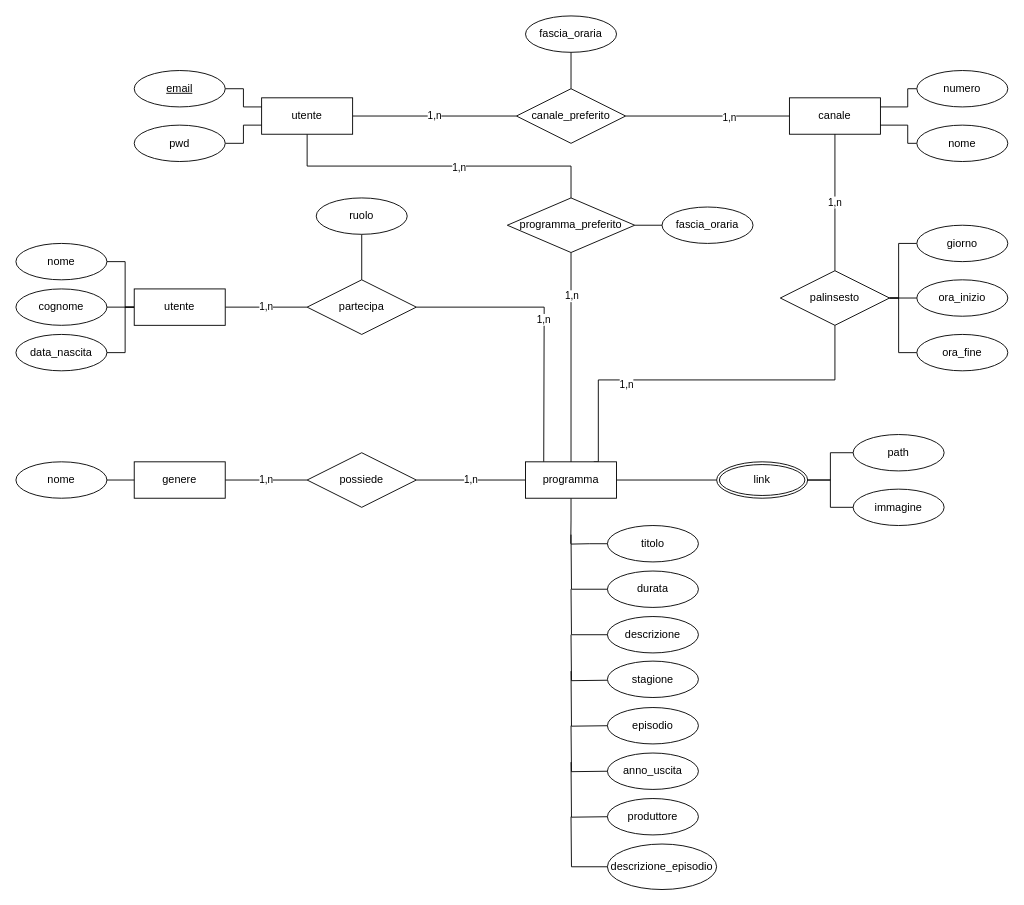
The draw.io diagram page "Normal" (1 of 2) of Doc/Er_Definitivo.drawio in Caprielos/Lbd, before the edit. Source tidied: cells renumbered, new cells numbered last; positions are measured from the earlier drawing's top-left corner, leaving out a move shared by most shapes. Both pictures are drawn from the tidied source at 91%, with x=0, y=0 at pixel (15, 15).
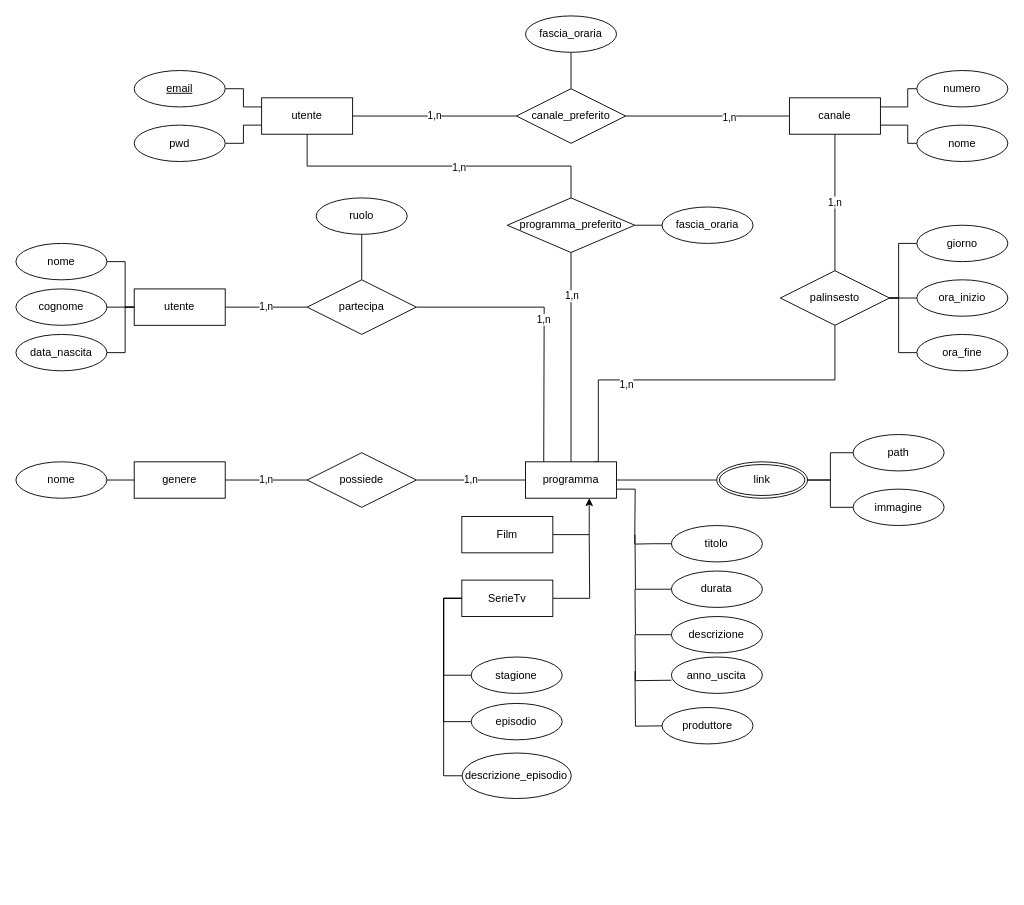
After the change.

The change refers to these unchanged cells:
```xml
<mxCell id="27" value="programma" style="whiteSpace=wrap;html=1;align=center;" parent="1" vertex="1">
  <mxGeometry x="560" y="490" width="100" height="40" as="geometry" />
</mxCell>
```

What changed in the source:
```diff
@@
     <mxCell id="13" style="edgeStyle=orthogonalEdgeStyle;rounded=0;jettySize=auto;html=1;endArrow=none;endFill=0;" parent="1" edge="1" source="14">
       <mxGeometry relative="1" as="geometry">
-        <mxPoint x="610" y="570" as="targetPoint" />
+        <mxPoint x="680.3" y="570" as="targetPoint" />
       </mxGeometry>
     </mxCell>
     <mxCell id="14" value="durata" style="ellipse;whiteSpace=wrap;html=1;align=center;" parent="1" vertex="1">
-      <mxGeometry x="650" y="610" width="100" height="40" as="geometry" />
+      <mxGeometry x="720.3" y="610" width="100" height="40" as="geometry" />
     </mxCell>
     <mxCell id="15" style="edgeStyle=orthogonalEdgeStyle;rounded=0;jettySize=auto;html=1;exitX=0;exitY=0.5;exitDx=0;exitDy=0;endArrow=none;endFill=0;" parent="1" edge="1" source="16">
       <mxGeometry relative="1" as="geometry">
-        <mxPoint x="610" y="630" as="targetPoint" />
+        <mxPoint x="680.3" y="630" as="targetPoint" />
       </mxGeometry>
     </mxCell>
     <mxCell id="16" value="descrizione" style="ellipse;whiteSpace=wrap;html=1;align=center;" parent="1" vertex="1">
-      <mxGeometry x="650" y="660" width="100" height="40" as="geometry" />
+      <mxGeometry x="720.3" y="660" width="100" height="40" as="geometry" />
     </mxCell>
@@
-    <mxCell id="23" style="edgeStyle=orthogonalEdgeStyle;rounded=0;jettySize=auto;html=1;exitX=0.5;exitY=1;exitDx=0;exitDy=0;endArrow=none;endFill=0;" parent="1" edge="1" source="27">
+    <mxCell id="23" style="edgeStyle=orthogonalEdgeStyle;rounded=0;jettySize=auto;html=1;exitX=1;exitY=0.75;exitDx=0;exitDy=0;endArrow=none;endFill=0;" parent="1" edge="1" source="27">
       <mxGeometry relative="1" as="geometry">
-        <mxPoint x="609.7" y="580" as="targetPoint" />
+        <mxPoint x="680" y="580" as="targetPoint" />
       </mxGeometry>
     </mxCell>
@@
+    <mxCell id="77" style="edgeStyle=orthogonalEdgeStyle;rounded=0;jettySize=auto;html=1;entryX=1;entryY=0.5;entryDx=0;entryDy=0;startArrow=classic;startFill=1;endArrow=none;endFill=0;" parent="1" edge="1" source="27" target="83">
+      <mxGeometry relative="1" as="geometry">
+        <Array as="points">
+          <mxPoint x="630" y="570" />
+        </Array>
+      </mxGeometry>
+    </mxCell>
@@
     <mxCell id="28" style="edgeStyle=orthogonalEdgeStyle;rounded=0;orthogonalLoop=1;jettySize=auto;html=1;exitX=0;exitY=0.5;exitDx=0;exitDy=0;startArrow=none;startFill=0;endArrow=none;endFill=0;" parent="1" edge="1">
       <mxGeometry relative="1" as="geometry">
-        <mxPoint x="650" y="730" as="sourcePoint" />
-        <mxPoint x="610" y="680" as="targetPoint" />
+        <mxPoint x="720.3" y="730" as="sourcePoint" />
+        <mxPoint x="680.3" y="680" as="targetPoint" />
       </mxGeometry>
     </mxCell>
-    <mxCell id="29" style="edgeStyle=orthogonalEdgeStyle;rounded=0;orthogonalLoop=1;jettySize=auto;html=1;exitX=0;exitY=0.5;exitDx=0;exitDy=0;startArrow=none;startFill=0;endArrow=none;endFill=0;" parent="1" edge="1">
-      <mxGeometry relative="1" as="geometry">
-        <mxPoint x="650" y="830" as="sourcePoint" />
-        <mxPoint x="610" y="780" as="targetPoint" />
-      </mxGeometry>
-    </mxCell>
     <mxCell id="30" style="edgeStyle=orthogonalEdgeStyle;rounded=0;orthogonalLoop=1;jettySize=auto;html=1;exitX=0;exitY=0.5;exitDx=0;exitDy=0;startArrow=none;startFill=0;endArrow=none;endFill=0;" parent="1" edge="1">
       <mxGeometry relative="1" as="geometry">
-        <mxPoint x="650" y="780" as="sourcePoint" />
-        <mxPoint x="610" y="720" as="targetPoint" />
+        <mxPoint x="720.3" y="780" as="sourcePoint" />
+        <mxPoint x="680.3" y="720" as="targetPoint" />
       </mxGeometry>
     </mxCell>
@@
-    <mxCell id="39" style="edgeStyle=orthogonalEdgeStyle;rounded=0;orthogonalLoop=1;jettySize=auto;html=1;exitX=0;exitY=0.5;exitDx=0;exitDy=0;endArrow=none;endFill=0;" parent="1" edge="1">
-      <mxGeometry relative="1" as="geometry">
-        <mxPoint x="650" y="880" as="sourcePoint" />
-        <mxPoint x="610" y="820" as="targetPoint" />
-      </mxGeometry>
-    </mxCell>
     <mxCell id="40" style="edgeStyle=orthogonalEdgeStyle;rounded=0;jettySize=auto;html=1;exitX=0;exitY=0.5;exitDx=0;exitDy=0;endArrow=none;endFill=0;" parent="1" edge="1" source="41">
       <mxGeometry relative="1" as="geometry">
-        <mxPoint x="610" y="580.4" as="targetPoint" />
+        <mxPoint x="680.3" y="580.4" as="targetPoint" />
       </mxGeometry>
     </mxCell>
     <mxCell id="41" value="titolo" style="ellipse;whiteSpace=wrap;html=1;align=center;" parent="1" vertex="1">
-      <mxGeometry x="650" y="560" width="100" height="40" as="geometry" />
+      <mxGeometry x="720.3" y="560" width="100" height="40" as="geometry" />
     </mxCell>
     <mxCell id="42" value="anno_uscita" style="ellipse;whiteSpace=wrap;html=1;align=center;" parent="1" vertex="1">
-      <mxGeometry x="650" y="810" width="100" height="40" as="geometry" />
+      <mxGeometry x="720.3" y="704.5" width="100" height="40" as="geometry" />
     </mxCell>
     <mxCell id="43" value="stagione" style="ellipse;whiteSpace=wrap;html=1;align=center;" parent="1" vertex="1">
-      <mxGeometry x="650" y="709" width="100" height="40" as="geometry" />
+      <mxGeometry x="500.3" y="704.5" width="100" height="40" as="geometry" />
     </mxCell>
     <mxCell id="44" value="episodio" style="ellipse;whiteSpace=wrap;html=1;align=center;" parent="1" vertex="1">
-      <mxGeometry x="650" y="760" width="100" height="40" as="geometry" />
+      <mxGeometry x="500.3" y="755.5" width="100" height="40" as="geometry" />
     </mxCell>
     <mxCell id="45" value="produttore" style="ellipse;whiteSpace=wrap;html=1;align=center;" parent="1" vertex="1">
-      <mxGeometry x="650" y="860" width="100" height="40" as="geometry" />
+      <mxGeometry x="710" y="760" width="100" height="40" as="geometry" />
     </mxCell>
@@
-    <mxCell id="69" style="edgeStyle=orthogonalEdgeStyle;rounded=0;jettySize=auto;html=1;exitX=0;exitY=0.5;exitDx=0;exitDy=0;endArrow=none;endFill=0;" parent="1" edge="1" source="70">
-      <mxGeometry relative="1" as="geometry">
-        <mxPoint x="610" y="880" as="targetPoint" />
-      </mxGeometry>
-    </mxCell>
     <mxCell id="70" value="descrizione_episodio" style="ellipse;whiteSpace=wrap;html=1;align=center;" parent="1" vertex="1">
-      <mxGeometry x="650" y="910" width="120" height="50" as="geometry" />
+      <mxGeometry x="490.3" y="810" width="120" height="50" as="geometry" />
     </mxCell>
@@
+    <mxCell id="78" style="edgeStyle=orthogonalEdgeStyle;rounded=0;jettySize=auto;html=1;startArrow=none;startFill=0;endArrow=none;endFill=0;" parent="1" edge="1" source="82">
+      <mxGeometry relative="1" as="geometry">
+        <mxPoint x="630" y="570" as="targetPoint" />
+      </mxGeometry>
+    </mxCell>
+    <mxCell id="79" style="edgeStyle=orthogonalEdgeStyle;rounded=0;jettySize=auto;html=1;startArrow=none;startFill=0;endArrow=none;endFill=0;entryX=0;entryY=0.5;entryDx=0;entryDy=0;exitX=0;exitY=0.5;exitDx=0;exitDy=0;" parent="1" edge="1" source="82" target="70">
+      <mxGeometry relative="1" as="geometry" />
+    </mxCell>
+    <mxCell id="80" style="edgeStyle=orthogonalEdgeStyle;rounded=0;jettySize=auto;html=1;startArrow=none;startFill=0;endArrow=none;endFill=0;entryX=0;entryY=0.5;entryDx=0;entryDy=0;" parent="1" edge="1" source="82" target="44">
+      <mxGeometry relative="1" as="geometry">
+        <Array as="points">
+          <mxPoint x="470" y="640" />
+          <mxPoint x="470" y="776" />
+        </Array>
+      </mxGeometry>
+    </mxCell>
+    <mxCell id="81" style="edgeStyle=orthogonalEdgeStyle;rounded=0;jettySize=auto;html=1;startArrow=none;startFill=0;endArrow=none;endFill=0;entryX=0;entryY=0.5;entryDx=0;entryDy=0;exitX=0;exitY=0.5;exitDx=0;exitDy=0;" parent="1" edge="1" source="82" target="43">
+      <mxGeometry relative="1" as="geometry">
+        <Array as="points">
+          <mxPoint x="470" y="640" />
+          <mxPoint x="470" y="724" />
+        </Array>
+      </mxGeometry>
+    </mxCell>
+    <mxCell id="82" value="SerieTv" style="whiteSpace=wrap;html=1;align=center;" parent="1" vertex="1">
+      <mxGeometry x="490" y="620" width="100" height="40" as="geometry" />
+    </mxCell>
+    <mxCell id="83" value="Film" style="whiteSpace=wrap;html=1;align=center;" parent="1" vertex="1">
+      <mxGeometry x="490" y="550" width="100" height="40" as="geometry" />
+    </mxCell>
```
